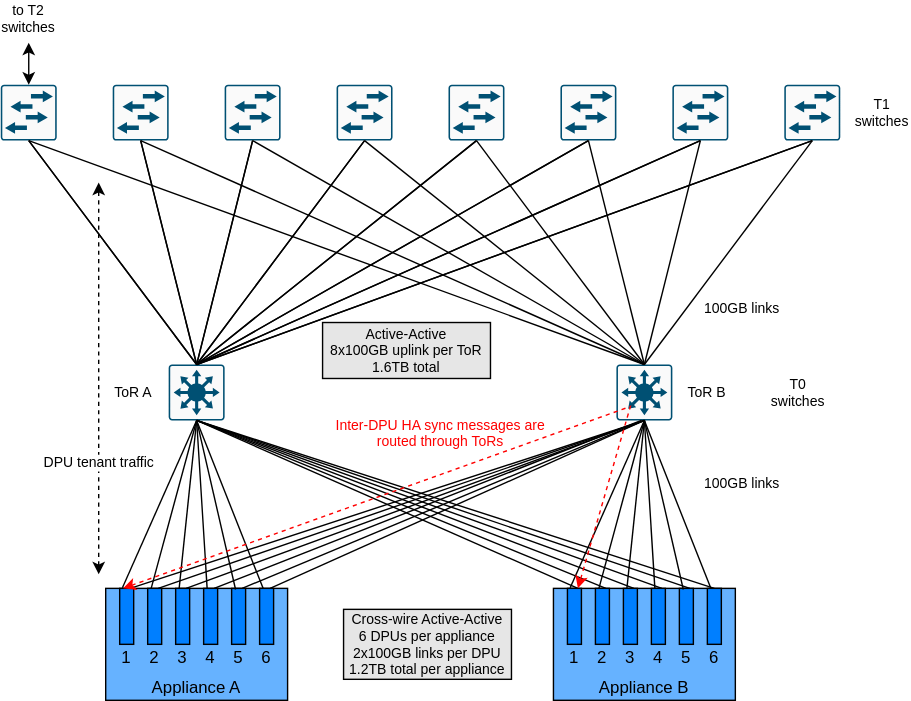
sonic-net/DASH keeps this draw.io diagram as documentation/high-avail/design/images/dash-ha-appliance.svg. Above is the earlier version. Source tidied: cells renumbered, new cells last; positions are measured from the earlier drawing's top-left corner, leaving out a move shared by most shapes.
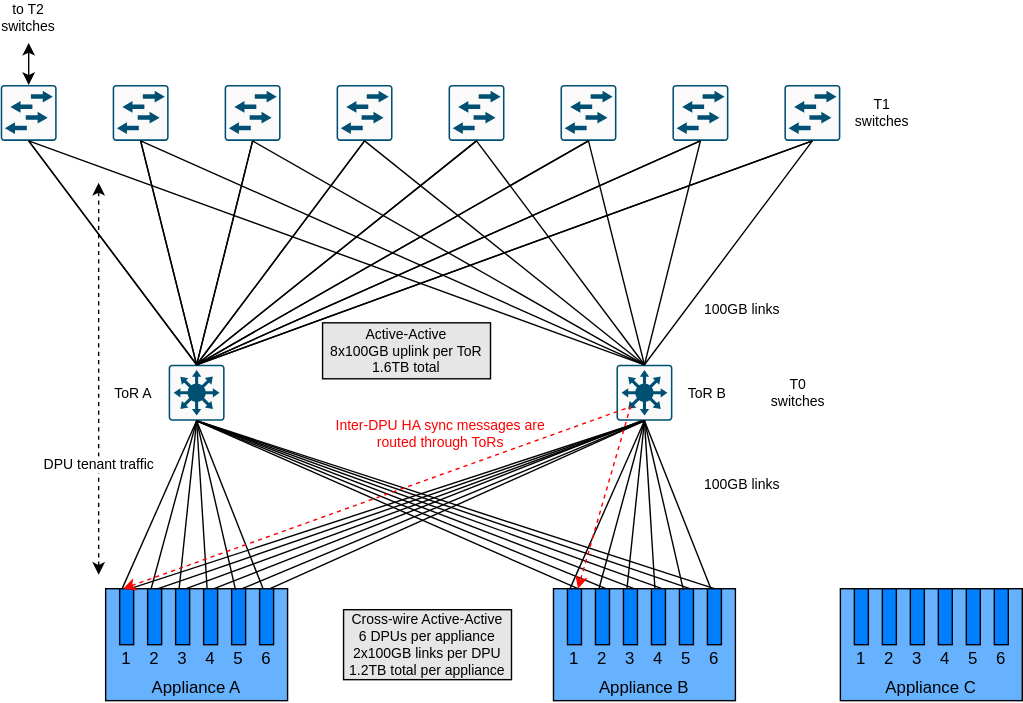
The same diagram one commit later.

Commit message:
Added third appliance/switch to HA diagrams.

What changed in the source:
```diff
@@ -351,5 +351,47 @@
     <mxCell id="101" value="T0 switches" style="text;html=1;strokeColor=none;fillColor=none;align=center;verticalAlign=middle;whiteSpace=wrap;rounded=0;fontSize=10;fontColor=#000000;" parent="1" vertex="1">
       <mxGeometry x="550" y="267.5" width="40" height="25" as="geometry" />
     </mxCell>
+    <mxCell id="102" style="group;" parent="1" vertex="1">
+      <mxGeometry x="600" y="420" width="130" height="80" as="geometry" />
+    </mxCell>
+    <mxCell id="103" value="Appliance C" style="rounded=0;whiteSpace=wrap;html=1;fillColor=#66B2FF;verticalAlign=bottom;" parent="102" vertex="1">
+      <mxGeometry width="130" height="80" as="geometry" />
+    </mxCell>
+    <mxCell id="104" style="rounded=0;whiteSpace=wrap;html=1;fillColor=#007FFF;" parent="102" vertex="1">
+      <mxGeometry x="30" width="10" height="40" as="geometry" />
+    </mxCell>
+    <mxCell id="105" style="rounded=0;whiteSpace=wrap;html=1;fillColor=#007FFF;" parent="102" vertex="1">
+      <mxGeometry x="10" width="10" height="40" as="geometry" />
+    </mxCell>
+    <mxCell id="106" style="rounded=0;whiteSpace=wrap;html=1;fillColor=#007FFF;" parent="102" vertex="1">
+      <mxGeometry x="50" width="10" height="40" as="geometry" />
+    </mxCell>
+    <mxCell id="107" style="rounded=0;whiteSpace=wrap;html=1;fillColor=#007FFF;" parent="102" vertex="1">
+      <mxGeometry x="70" width="10" height="40" as="geometry" />
+    </mxCell>
+    <mxCell id="108" style="rounded=0;whiteSpace=wrap;html=1;fillColor=#007FFF;" parent="102" vertex="1">
+      <mxGeometry x="90" width="10" height="40" as="geometry" />
+    </mxCell>
+    <mxCell id="109" style="rounded=0;whiteSpace=wrap;html=1;fillColor=#007FFF;" parent="102" vertex="1">
+      <mxGeometry x="110" width="10" height="40" as="geometry" />
+    </mxCell>
+    <mxCell id="110" value="1" style="text;html=1;strokeColor=none;fillColor=none;align=center;verticalAlign=middle;whiteSpace=wrap;rounded=0;" parent="102" vertex="1">
+      <mxGeometry x="10" y="40" width="10" height="20" as="geometry" />
+    </mxCell>
+    <mxCell id="111" value="2" style="text;html=1;strokeColor=none;fillColor=none;align=center;verticalAlign=middle;whiteSpace=wrap;rounded=0;" parent="102" vertex="1">
+      <mxGeometry x="30" y="40" width="10" height="20" as="geometry" />
+    </mxCell>
+    <mxCell id="112" value="3" style="text;html=1;strokeColor=none;fillColor=none;align=center;verticalAlign=middle;whiteSpace=wrap;rounded=0;" parent="102" vertex="1">
+      <mxGeometry x="50" y="40" width="10" height="20" as="geometry" />
+    </mxCell>
+    <mxCell id="113" value="5" style="text;html=1;strokeColor=none;fillColor=none;align=center;verticalAlign=middle;whiteSpace=wrap;rounded=0;" parent="102" vertex="1">
+      <mxGeometry x="90" y="40" width="10" height="20" as="geometry" />
+    </mxCell>
+    <mxCell id="114" value="6" style="text;html=1;strokeColor=none;fillColor=none;align=center;verticalAlign=middle;whiteSpace=wrap;rounded=0;" parent="102" vertex="1">
+      <mxGeometry x="110" y="40" width="10" height="20" as="geometry" />
+    </mxCell>
+    <mxCell id="115" value="4" style="text;html=1;strokeColor=none;fillColor=none;align=center;verticalAlign=middle;whiteSpace=wrap;rounded=0;" parent="102" vertex="1">
+      <mxGeometry x="70" y="40" width="10" height="20" as="geometry" />
+    </mxCell>
   </root>
 </mxGraphModel>
```
